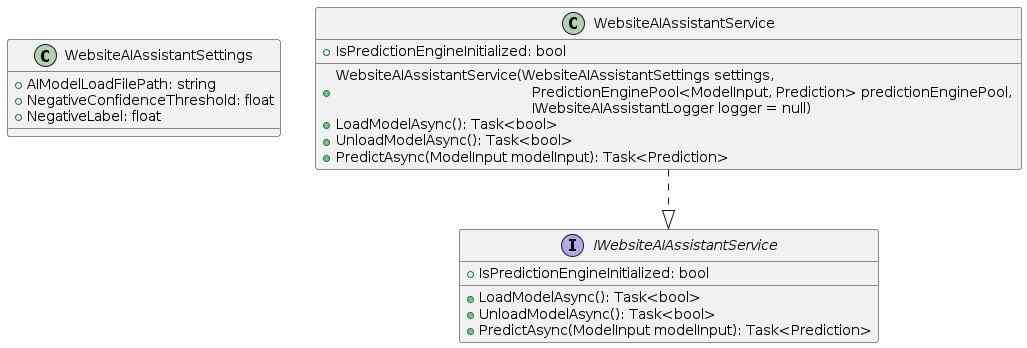
VeritasSoftware/WebsiteAIAssistant keeps this PlantUML diagram as Docs/WebsiteAIAssistantService.png. Above is the earlier version.
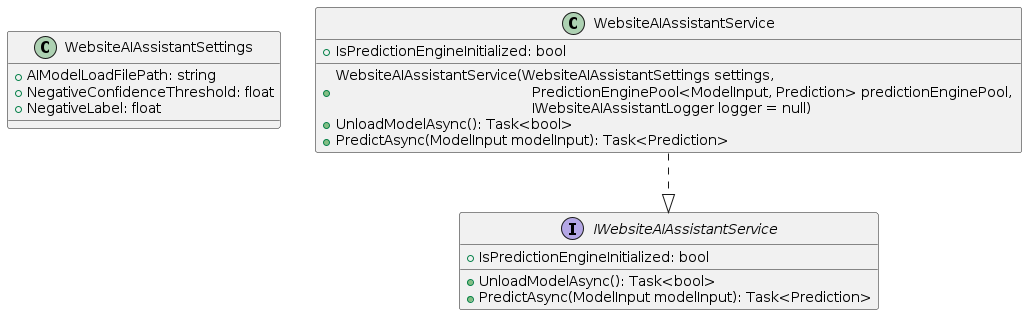
After the change.

Commit message:
Removed the `LoadModelAsync` method from `WebsiteAIAssistantService` as it is no longer needed.

Change to the diagram source:
```diff
@@ -9,7 +9,6 @@
 interface IWebsiteAIAssistantService
 {
   + IsPredictionEngineInitialized: bool
-  + LoadModelAsync(): Task<bool>
   + UnloadModelAsync(): Task<bool>
   + PredictAsync(ModelInput modelInput): Task<Prediction>
 }
@@ -18,7 +17,6 @@
 {
   + IsPredictionEngineInitialized: bool
   + WebsiteAIAssistantService(WebsiteAIAssistantSettings settings, \n \t \t  \t \t \t \t PredictionEnginePool<ModelInput, Prediction> predictionEnginePool, \n \t \t  \t \t \t \t IWebsiteAIAssistantLogger logger = null)
-  + LoadModelAsync(): Task<bool>
   + UnloadModelAsync(): Task<bool>
   + PredictAsync(ModelInput modelInput): Task<Prediction>
 }
```
